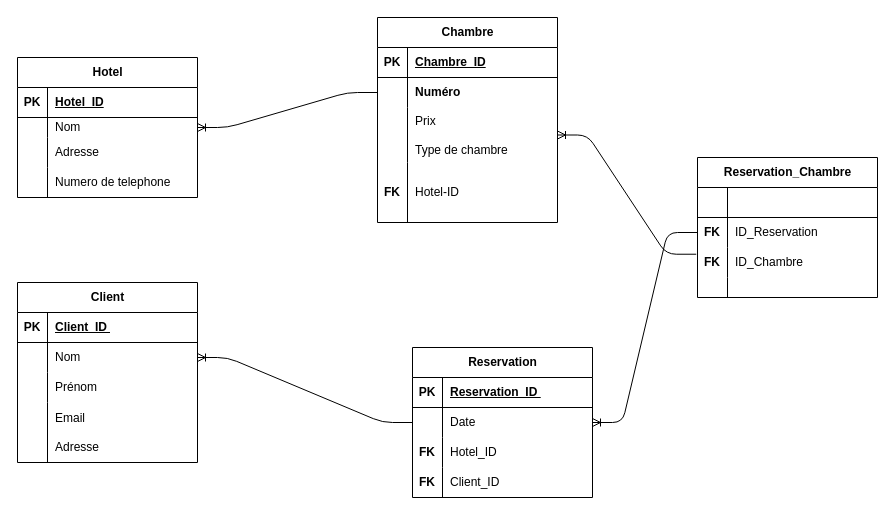
Before: database/hotel.drawio in Lyes-ux/gomycode-checkout, a draw.io diagram. Source tidied: cells renumbered, new cells numbered last; positions are measured from the earlier drawing's top-left corner, leaving out a move shared by most shapes. Both pictures are drawn from the tidied source at 100%, with x=0, y=0 at pixel (17, 17).
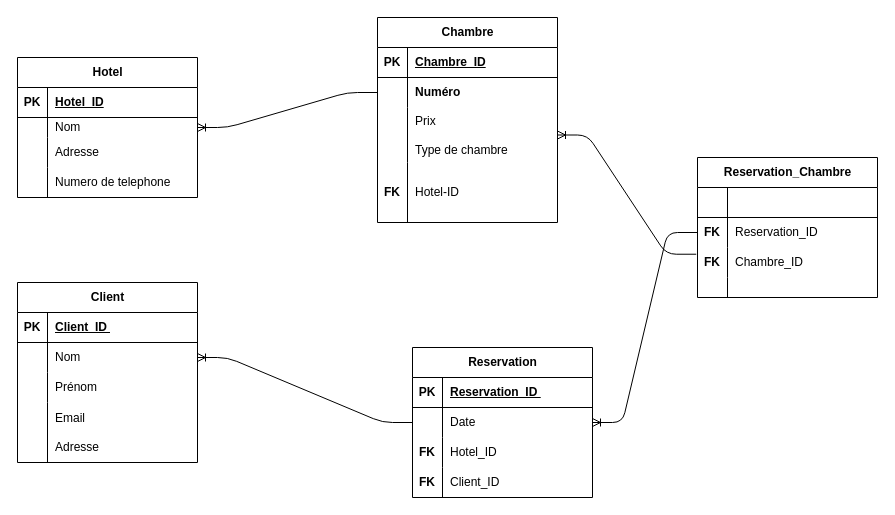
The same page after the edit.

Commit message:
check 1 relational model

Unchanged cells that the change refers to:
```xml
<mxCell id="58" style="shape=tableRow;horizontal=0;startSize=0;swimlaneHead=0;swimlaneBody=0;fillColor=none;points=[[0,0.5],[1,0.5]];portConstraint=eastwest;top=0;left=0;right=0;bottom=0;" parent="54" vertex="1">
  <mxGeometry y="60" width="180" height="30" as="geometry" />
</mxCell>
<mxCell id="61" style="shape=tableRow;horizontal=0;startSize=0;swimlaneHead=0;swimlaneBody=0;fillColor=none;points=[[0,0.5],[1,0.5]];portConstraint=eastwest;top=0;left=0;right=0;bottom=0;" parent="54" vertex="1">
  <mxGeometry y="90" width="180" height="30" as="geometry" />
</mxCell>
```

What changed in the source:
```diff
@@
-    <mxCell id="60" value="ID_Reservation" style="shape=partialRectangle;fillColor=none;top=0;left=0;bottom=0;right=0;align=left;spacingLeft=6;overflow=hidden;whiteSpace=wrap;html=1;" parent="58" vertex="1">
+    <mxCell id="60" value="Reservation_ID" style="shape=partialRectangle;fillColor=none;top=0;left=0;bottom=0;right=0;align=left;spacingLeft=6;overflow=hidden;whiteSpace=wrap;html=1;" parent="58" vertex="1">
       <mxGeometry x="30" width="150" height="30" as="geometry" />
     </mxCell>
@@
-    <mxCell id="63" value="ID_Chambre" style="shape=partialRectangle;fillColor=none;top=0;left=0;bottom=0;right=0;align=left;spacingLeft=6;overflow=hidden;whiteSpace=wrap;html=1;" parent="61" vertex="1">
+    <mxCell id="63" value="Chambre_ID" style="shape=partialRectangle;fillColor=none;top=0;left=0;bottom=0;right=0;align=left;spacingLeft=6;overflow=hidden;whiteSpace=wrap;html=1;" parent="61" vertex="1">
       <mxGeometry x="30" width="150" height="30" as="geometry" />
     </mxCell>
```
